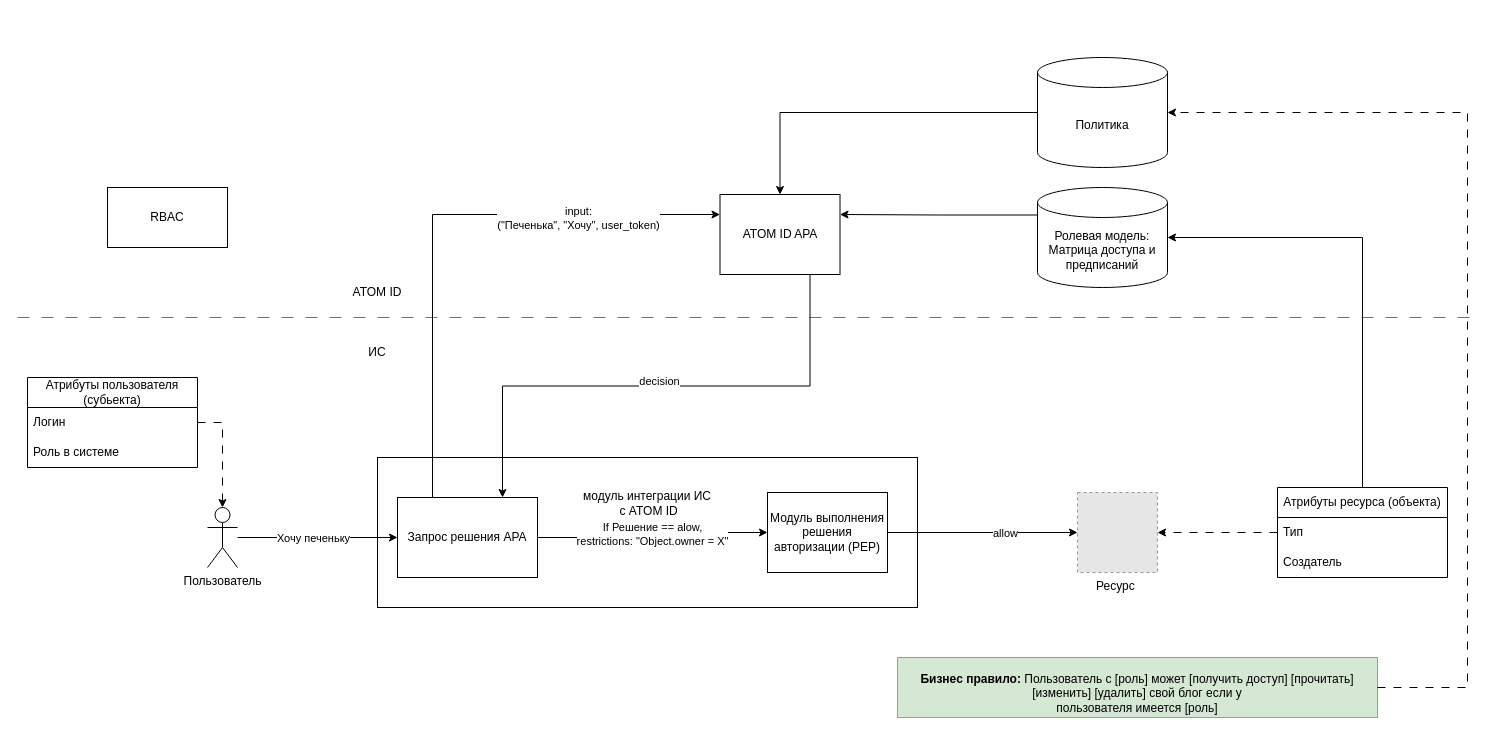
Before: page "АРХ.AUTHZ.1" (1 of 4) of AppSec/Арх.паттерны.drawio in FIR-UIII/notes, a draw.io diagram. Source tidied: cells renumbered, new cells numbered last; positions are measured from the earlier drawing's top-left corner, leaving out a move shared by most shapes. Both pictures are drawn from the tidied source at 100%, with x=0, y=0 at pixel (17, 57). Pictures stored in the file or linked from it are replaced by grey dashed boxes.
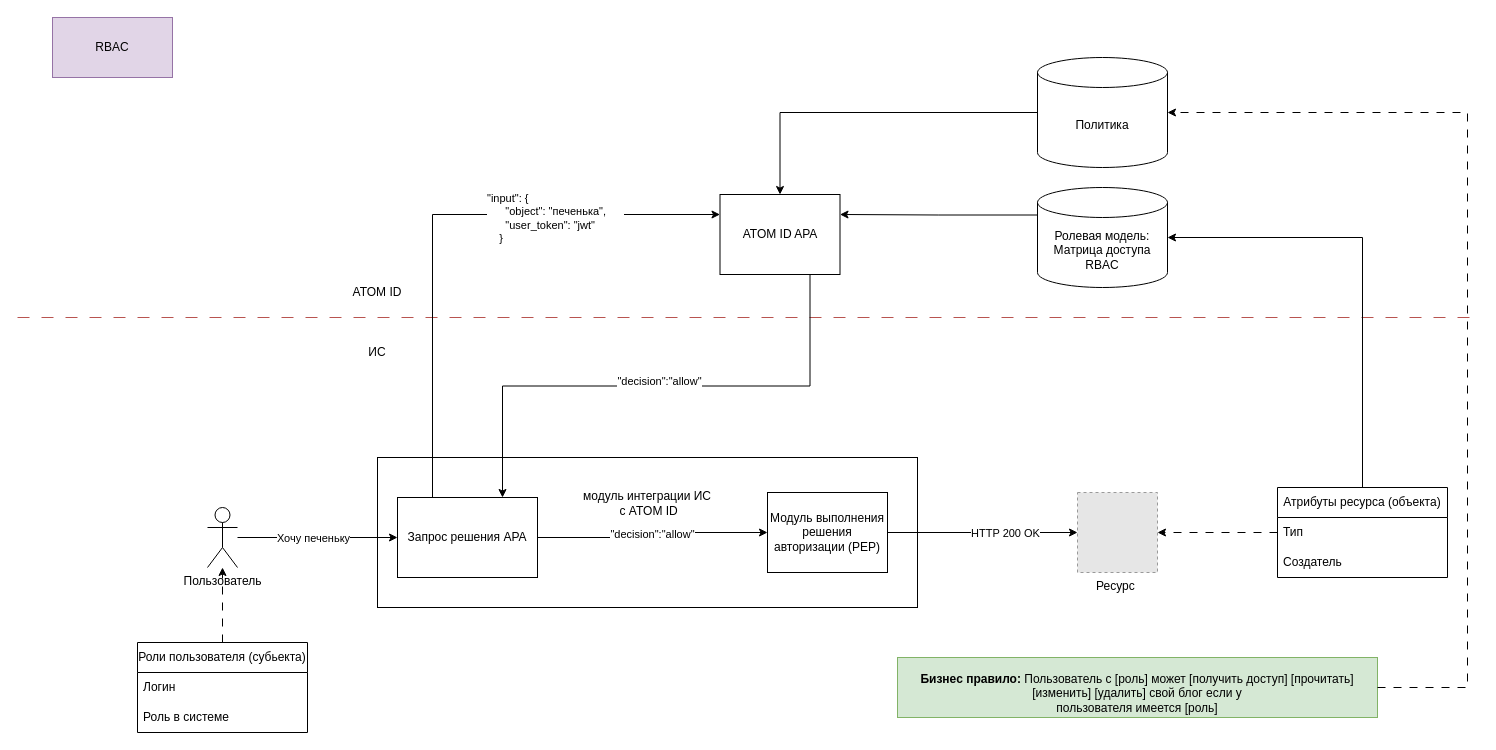
After the change.

Unchanged cells that the change refers to:
```xml
<mxCell id="4" style="edgeStyle=orthogonalEdgeStyle;rounded=0;jettySize=auto;html=1;entryX=0;entryY=0.25;entryDx=0;entryDy=0;exitX=0.25;exitY=0;exitDx=0;exitDy=0;" parent="1" edge="1" source="23" target="9">
  <mxGeometry relative="1" as="geometry" />
</mxCell>
<mxCell id="6" value="Модуль выполнения решения авторизации (&lt;span style=&quot;background-color: initial;&quot;&gt;PEP)&lt;/span&gt;" style="rounded=0;whiteSpace=wrap;html=1;" parent="1" vertex="1">
  <mxGeometry x="750" y="435" width="120" height="80" as="geometry" />
</mxCell>
<mxCell id="7" style="edgeStyle=orthogonalEdgeStyle;rounded=0;jettySize=auto;html=1;exitX=0.75;exitY=1;exitDx=0;exitDy=0;entryX=0.75;entryY=0;entryDx=0;entryDy=0;" parent="1" edge="1" source="9" target="23">
  <mxGeometry relative="1" as="geometry" />
</mxCell>
<mxCell id="13" style="edgeStyle=orthogonalEdgeStyle;rounded=0;jettySize=auto;html=1;exitX=1;exitY=0.5;exitDx=0;exitDy=0;entryX=0;entryY=0.5;entryDx=0;entryDy=0;" parent="1" edge="1" source="6" target="15">
  <mxGeometry relative="1" as="geometry" />
</mxCell>
<mxCell id="23" value="Запрос решения APA" style="rounded=0;whiteSpace=wrap;html=1;" parent="1" vertex="1">
  <mxGeometry x="380" y="440" width="140" height="80" as="geometry" />
</mxCell>
```

Change to the diagram source:
```diff
@@
-    <mxCell id="5" value="input:&lt;br&gt;(&quot;Печенька&quot;, &quot;Хочу&quot;, user_token)" style="edgeLabel;html=1;align=center;verticalAlign=middle;" parent="4" vertex="1">
+    <mxCell id="5" value="&lt;div style=&quot;color: rgb(59, 59, 59); font-family: Consolas, &amp;quot;Courier New&amp;quot;, monospace; font-size: 14px; line-height: 19px; white-space-collapse: preserve;&quot;&gt;&lt;br&gt;&lt;/div&gt;" style="edgeLabel;html=1;align=center;verticalAlign=middle;" parent="4" vertex="1">
       <mxGeometry x="-0.15" relative="1" as="geometry">
         <mxPoint x="145" y="-38" as="offset" />
       </mxGeometry>
     </mxCell>
+    <mxCell id="36" value="&quot;input&quot;: { &amp;nbsp; &amp;nbsp; &amp;nbsp; &lt;br&gt;&amp;nbsp; &amp;nbsp; &amp;nbsp; &quot;object&quot;: &quot;печенька&quot;,&amp;nbsp; &amp;nbsp; &amp;nbsp;&amp;nbsp;&lt;br&gt;&amp;nbsp; &amp;nbsp; &amp;nbsp; &quot;user_token&quot;: &quot;jwt&quot;&lt;br&gt;&amp;nbsp; &amp;nbsp; }" style="edgeLabel;html=1;align=left;verticalAlign=middle;spacing=0;" parent="4" vertex="1">
+      <mxGeometry x="0.32" relative="1" as="geometry">
+        <mxPoint x="-39" y="3" as="offset" />
+      </mxGeometry>
+    </mxCell>
@@
-    <mxCell id="8" value="decision" style="edgeLabel;html=1;align=center;verticalAlign=middle;labelBackgroundColor=default;" parent="7" vertex="1">
+    <mxCell id="8" value="&quot;decision&quot;:&quot;allow&quot;" style="edgeLabel;html=1;align=center;verticalAlign=middle;" parent="7" vertex="1">
       <mxGeometry x="0.16" relative="1" as="geometry">
         <mxPoint x="45" y="-5" as="offset" />
       </mxGeometry>
     </mxCell>
@@
-    <mxCell id="14" value="allow" style="edgeLabel;html=1;align=center;verticalAlign=middle;" parent="13" vertex="1">
+    <mxCell id="14" value="HTTP 200 OK" style="edgeLabel;html=1;align=center;verticalAlign=middle;" parent="13" vertex="1">
       <mxGeometry x="-0.18" y="-4" relative="1" as="geometry">
         <mxPoint x="39" y="-4" as="offset" />
       </mxGeometry>
     </mxCell>
@@
-    <mxCell id="17" value="Ролевая модель:&lt;br&gt;Матрица доступа и предписаний" style="shape=cylinder3;whiteSpace=wrap;html=1;boundedLbl=1;backgroundOutline=1;size=15;" parent="1" vertex="1">
+    <mxCell id="17" value="Ролевая модель:&lt;br&gt;Матрица доступа RBAC" style="shape=cylinder3;whiteSpace=wrap;html=1;boundedLbl=1;backgroundOutline=1;size=15;" parent="1" vertex="1">
       <mxGeometry x="1020" y="130" width="130" height="100" as="geometry" />
     </mxCell>
@@
-    <mxCell id="19" value="Атрибуты пользователя (субьекта)" style="swimlane;fontStyle=0;horizontal=1;startSize=30;whiteSpace=wrap;html=1;" parent="1" vertex="1">
-      <mxGeometry x="10" y="320" width="170" height="90" as="geometry" />
+    <mxCell id="19" value="Роли пользователя (субьекта)" style="swimlane;fontStyle=0;horizontal=1;startSize=30;whiteSpace=wrap;html=1;" parent="1" vertex="1">
+      <mxGeometry x="120" y="585" width="170" height="90" as="geometry" />
     </mxCell>
@@
-    <mxCell id="24" value="If Решение == alow, &lt;br&gt;restrictions: &quot;Object.owner = X&quot;" style="edgeStyle=orthogonalEdgeStyle;rounded=0;jettySize=auto;html=1;entryX=0;entryY=0.5;entryDx=0;entryDy=0;exitX=1;exitY=0.5;exitDx=0;exitDy=0;" parent="1" edge="1" source="23" target="6">
+    <mxCell id="24" value="&quot;decision&quot;:&quot;allow&quot;" style="edgeStyle=orthogonalEdgeStyle;rounded=0;jettySize=auto;html=1;entryX=0;entryY=0.5;entryDx=0;entryDy=0;exitX=1;exitY=0.5;exitDx=0;exitDy=0;" parent="1" edge="1" source="23" target="6">
       <mxGeometry relative="1" as="geometry" />
     </mxCell>
@@
-    <mxCell id="26" value="RBAC" style="rounded=0;whiteSpace=wrap;html=1;" parent="1" vertex="1">
-      <mxGeometry x="90" y="130" width="120" height="60" as="geometry" />
+    <mxCell id="26" value="RBAC" style="rounded=0;whiteSpace=wrap;html=1;fillColor=#e1d5e7;strokeColor=#9673a6;" parent="1" vertex="1">
+      <mxGeometry x="35" y="-40" width="120" height="60" as="geometry" />
     </mxCell>
```
